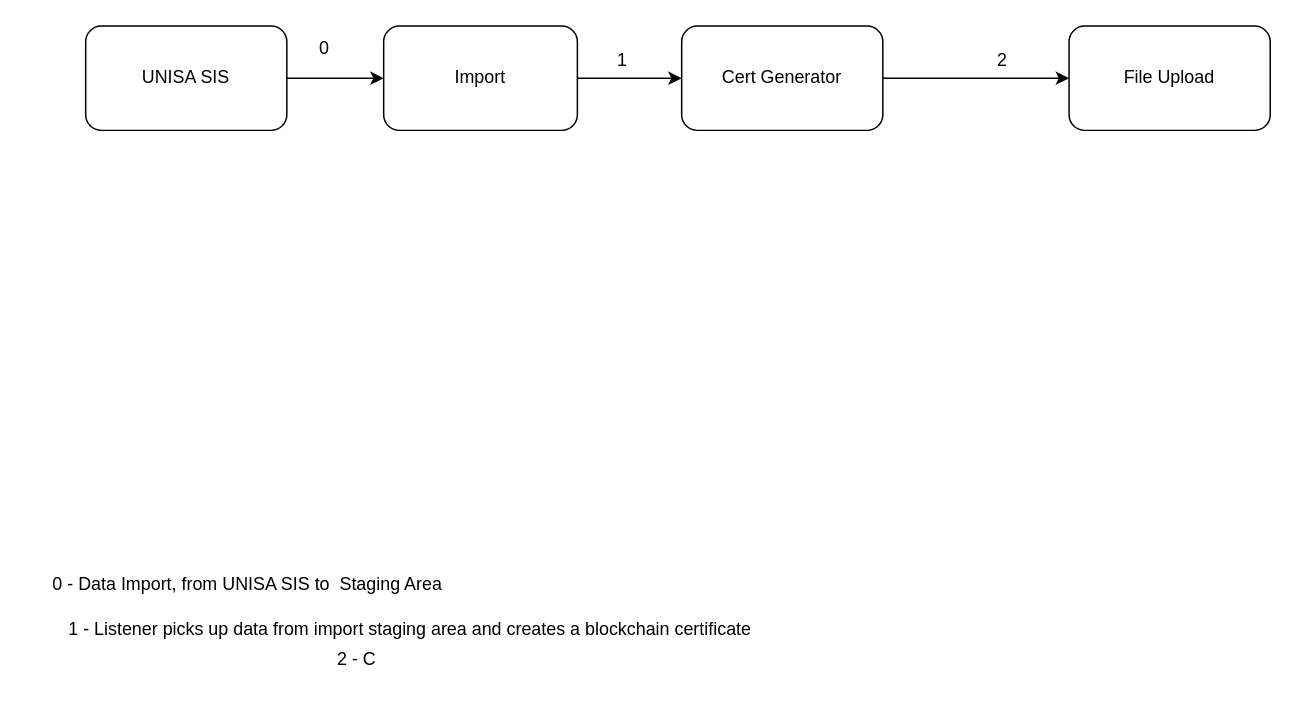
The draw.io diagram ConceptualDesign2.drawio in SifisoMzansi/architecture-diagrams, before the edit. Source tidied: cells renumbered, new cells numbered last; positions are measured from the earlier drawing's top-left corner, leaving out a move shared by most shapes. Both pictures are drawn from the tidied source at 149%, with x=0, y=0 at pixel (25, 25).
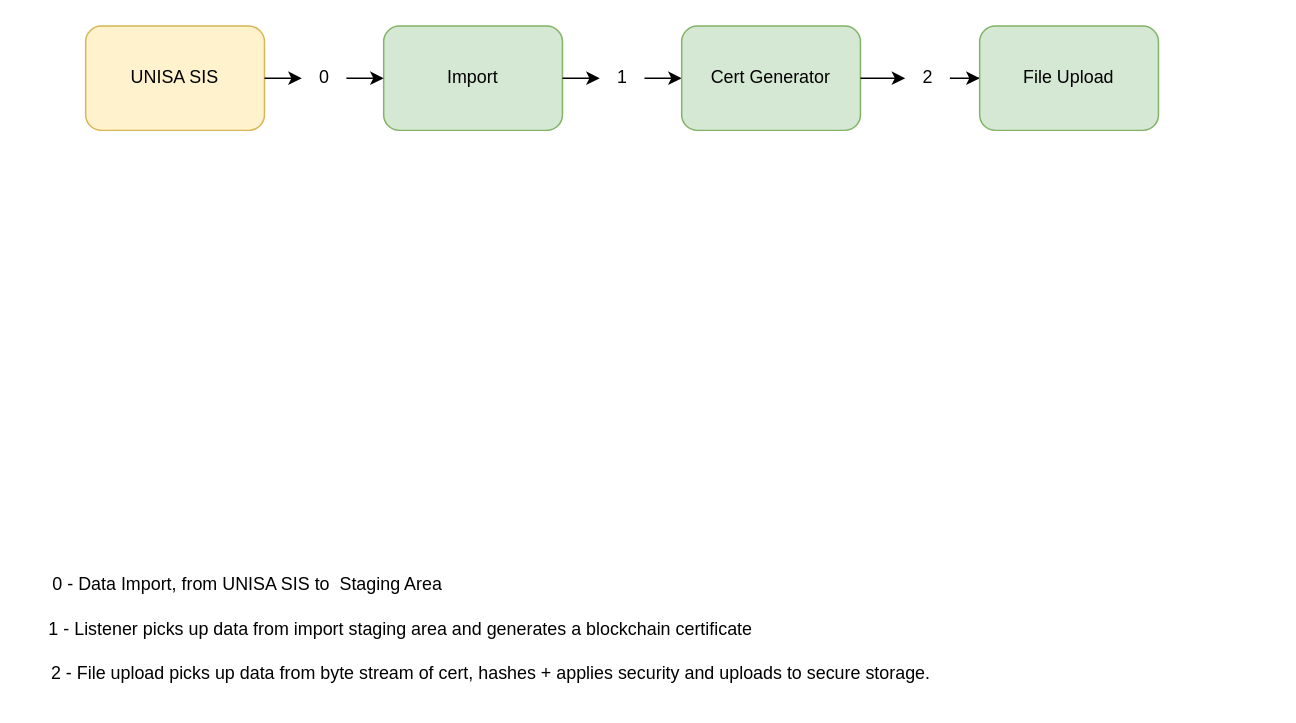
The same page after the edit.

What changed in the source:
```diff
@@
 <mxGraphModel>
   <root>
     <mxCell id="0" />
     <mxCell id="1" parent="0" />
-    <mxCell id="2" style="edgeStyle=orthogonalEdgeStyle;rounded=0;jettySize=auto;html=1;" parent="1" edge="1" source="3" target="9">
+    <mxCell id="2" style="edgeStyle=orthogonalEdgeStyle;rounded=0;jettySize=auto;html=1;" parent="1" edge="1" source="10" target="9">
       <mxGeometry relative="1" as="geometry" />
     </mxCell>
-    <mxCell id="3" value="Import" style="rounded=1;whiteSpace=wrap;html=1;" parent="1" vertex="1">
-      <mxGeometry x="240" width="130" height="70" as="geometry" />
+    <mxCell id="3" value="Import" style="rounded=1;whiteSpace=wrap;html=1;fillColor=#d5e8d4;strokeColor=#82b366;" parent="1" vertex="1">
+      <mxGeometry x="240" width="120" height="70" as="geometry" />
     </mxCell>
-    <mxCell id="4" style="edgeStyle=orthogonalEdgeStyle;rounded=0;jettySize=auto;html=1;" parent="1" edge="1" source="5" target="3">
+    <mxCell id="4" style="edgeStyle=orthogonalEdgeStyle;rounded=0;jettySize=auto;html=1;" parent="1" edge="1" source="6" target="3">
       <mxGeometry relative="1" as="geometry" />
     </mxCell>
-    <mxCell id="5" value="UNISA SIS" style="rounded=1;whiteSpace=wrap;html=1;" parent="1" vertex="1">
-      <mxGeometry x="40" width="135" height="70" as="geometry" />
+    <mxCell id="5" value="UNISA SIS" style="rounded=1;whiteSpace=wrap;html=1;fillColor=#fff2cc;strokeColor=#d6b656;" parent="1" vertex="1">
+      <mxGeometry x="40" width="120" height="70" as="geometry" />
     </mxCell>
-    <mxCell id="6" value="0" style="text;html=1;align=center;verticalAlign=middle;points=[];strokeColor=none;fillColor=none;" parent="1" vertex="1">
-      <mxGeometry x="185" width="30" height="30" as="geometry" />
-    </mxCell>
     <mxCell id="7" value="0 - Data Import, from UNISA SIS to&amp;nbsp; Staging Area&amp;nbsp;" style="text;html=1;align=center;verticalAlign=middle;strokeColor=none;fillColor=none;" parent="1" vertex="1">
       <mxGeometry x="10" y="360" width="280" height="30" as="geometry" />
     </mxCell>
-    <mxCell id="8" style="edgeStyle=orthogonalEdgeStyle;rounded=0;jettySize=auto;html=1;entryX=0;entryY=0.5;entryDx=0;entryDy=0;" parent="1" edge="1" source="9" target="12">
+    <mxCell id="8" style="edgeStyle=orthogonalEdgeStyle;rounded=0;jettySize=auto;html=1;entryX=0;entryY=0.5;entryDx=0;entryDy=0;" parent="1" edge="1" source="13" target="12">
       <mxGeometry relative="1" as="geometry" />
     </mxCell>
-    <mxCell id="9" value="Cert Generator" style="rounded=1;whiteSpace=wrap;html=1;" parent="1" vertex="1">
-      <mxGeometry x="440" width="135" height="70" as="geometry" />
+    <mxCell id="9" value="Cert Generator" style="rounded=1;whiteSpace=wrap;html=1;fillColor=#d5e8d4;strokeColor=#82b366;" parent="1" vertex="1">
+      <mxGeometry x="440" width="120" height="70" as="geometry" />
     </mxCell>
-    <mxCell id="10" value="1" style="text;html=1;align=center;verticalAlign=middle;points=[];strokeColor=none;fillColor=none;" parent="1" vertex="1">
-      <mxGeometry x="385" y="8" width="30" height="30" as="geometry" />
-    </mxCell>
-    <mxCell id="11" value="&amp;nbsp; &amp;nbsp; 1 - Listener picks up data from import staging area and creates a blockchain certificate&lt;span style=&quot;white-space: pre;&quot;&gt;&#9;&lt;/span&gt;" style="text;html=1;align=center;verticalAlign=middle;strokeColor=none;fillColor=none;" parent="1" vertex="1">
+    <mxCell id="11" value="&amp;nbsp; &amp;nbsp; 1 - Listener picks up data from import staging area and generates a blockchain certificate&lt;span style=&quot;white-space: pre;&quot;&gt;&#9;&lt;/span&gt;" style="text;html=1;align=center;verticalAlign=middle;strokeColor=none;fillColor=none;" parent="1" vertex="1">
       <mxGeometry y="390" width="510" height="30" as="geometry" />
     </mxCell>
-    <mxCell id="12" value="File Upload" style="rounded=1;whiteSpace=wrap;html=1;" parent="1" vertex="1">
-      <mxGeometry x="700" width="135" height="70" as="geometry" />
+    <mxCell id="12" value="File Upload" style="rounded=1;whiteSpace=wrap;html=1;fillColor=#d5e8d4;strokeColor=#82b366;" parent="1" vertex="1">
+      <mxGeometry x="640" width="120" height="70" as="geometry" />
     </mxCell>
+    <mxCell id="15" value="&amp;nbsp; &amp;nbsp; 2 - File upload picks up data from byte stream of cert, hashes + applies security and uploads to secure storage." style="text;html=1;align=center;verticalAlign=middle;strokeColor=none;fillColor=none;" parent="1" vertex="1">
+      <mxGeometry y="420" width="610" height="30" as="geometry" />
+    </mxCell>
+    <mxCell id="16" style="edgeStyle=orthogonalEdgeStyle;rounded=0;jettySize=auto;html=1;entryX=0;entryY=0.5;entryDx=0;entryDy=0;" parent="1" edge="1" source="9" target="13">
+      <mxGeometry relative="1" as="geometry" />
+    </mxCell>
     <mxCell id="13" value="2" style="text;html=1;align=center;verticalAlign=middle;points=[];strokeColor=none;fillColor=none;" parent="1" vertex="1">
-      <mxGeometry x="640" y="8" width="30" height="30" as="geometry" />
+      <mxGeometry x="590" y="20" width="30" height="30" as="geometry" />
     </mxCell>
-    <mxCell id="14" value="&amp;nbsp; &amp;nbsp; 2 - C" style="text;html=1;align=center;verticalAlign=middle;strokeColor=none;fillColor=none;" parent="1" vertex="1">
-      <mxGeometry x="185" y="410" width="60" height="30" as="geometry" />
-    </mxCell>
+    <mxCell id="17" style="edgeStyle=orthogonalEdgeStyle;rounded=0;jettySize=auto;html=1;" parent="1" edge="1" source="3" target="10">
+      <mxGeometry relative="1" as="geometry" />
+    </mxCell>
+    <mxCell id="10" value="1" style="text;html=1;align=center;verticalAlign=middle;points=[];strokeColor=none;fillColor=none;" parent="1" vertex="1">
+      <mxGeometry x="385" y="20" width="30" height="30" as="geometry" />
+    </mxCell>
+    <mxCell id="18" style="edgeStyle=orthogonalEdgeStyle;rounded=0;jettySize=auto;html=1;" parent="1" edge="1" source="5" target="6">
+      <mxGeometry relative="1" as="geometry" />
+    </mxCell>
+    <mxCell id="6" value="0" style="text;html=1;align=center;verticalAlign=middle;points=[];strokeColor=none;fillColor=none;" parent="1" vertex="1">
+      <mxGeometry x="185" y="20" width="30" height="30" as="geometry" />
+    </mxCell>
   </root>
 </mxGraphModel>
```
